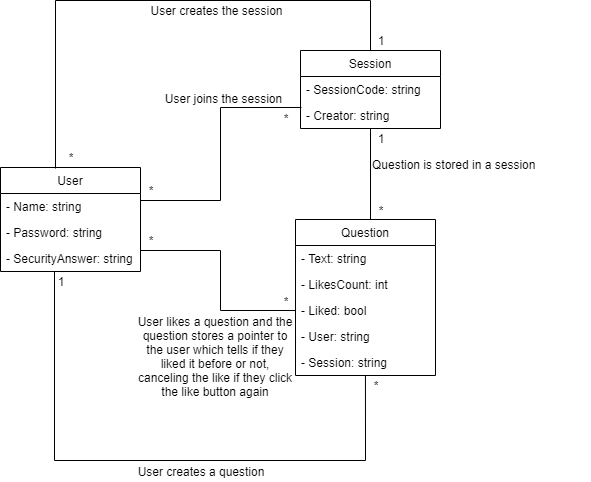
Above: requirements/Domain_model.png in softeng-feup/open-cx-sirconference (draw.io), before the change. Source tidied: cells renumbered, new cells last; positions are measured from the earlier drawing's top-left corner, leaving out a move shared by most shapes.
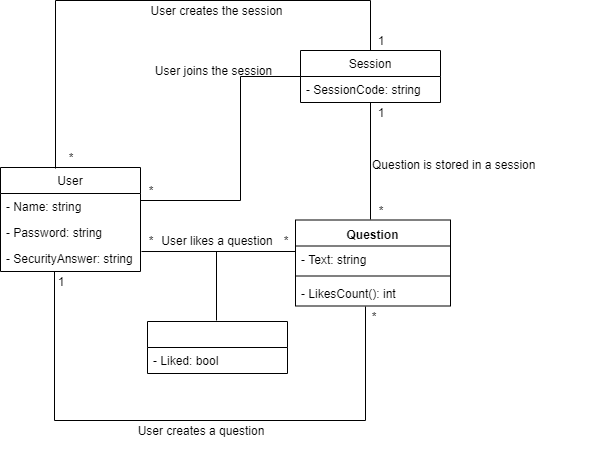
Later version of the same file.

Commit message:
Updated domain model and use case diagram

The edit, as a diff of the source:
```diff
@@ -2,9 +2,8 @@
   <root>
     <mxCell id="0" />
     <mxCell id="1" parent="0" />
-    <mxCell id="2" style="endArrow=none;html=1;spacing=2;" parent="1" edge="1">
+    <mxCell id="2" style="endArrow=none;html=1;spacing=2;exitX=0;exitY=0;exitDx=0;exitDy=0;" parent="1" edge="1" source="20">
       <mxGeometry relative="1" as="geometry">
-        <mxPoint x="370" y="128" as="sourcePoint" />
         <mxPoint x="370" y="219" as="targetPoint" />
       </mxGeometry>
     </mxCell>
@@ -21,89 +20,55 @@
       <mxGeometry y="78" width="140" height="26" as="geometry" />
     </mxCell>
     <mxCell id="7" value="Session" style="swimlane;fontStyle=0;horizontal=1;startSize=26;fillColor=none;" parent="1" vertex="1">
-      <mxGeometry x="300" y="50" width="140" height="78" as="geometry" />
+      <mxGeometry x="300" y="50" width="140" height="52" as="geometry" />
     </mxCell>
     <mxCell id="8" value="- SessionCode: string" style="text;strokeColor=none;fillColor=none;align=left;verticalAlign=top;spacingLeft=4;spacingRight=4;overflow=hidden;points=[[0,0.5],[1,0.5]];portConstraint=eastwest;" parent="7" vertex="1">
       <mxGeometry y="26" width="140" height="26" as="geometry" />
     </mxCell>
-    <mxCell id="9" value="- Creator: string" style="text;strokeColor=none;fillColor=none;align=left;verticalAlign=top;spacingLeft=4;spacingRight=4;overflow=hidden;" parent="7" vertex="1">
-      <mxGeometry y="52" width="140" height="26" as="geometry" />
-    </mxCell>
-    <mxCell id="10" value="Question" style="swimlane;fontStyle=0;horizontal=1;startSize=26;fillColor=none;" parent="1" vertex="1">
-      <mxGeometry x="295" y="219" width="140" height="156" as="geometry" />
-    </mxCell>
-    <mxCell id="11" value="- Text: string" style="text;strokeColor=none;fillColor=none;align=left;verticalAlign=top;spacingLeft=4;spacingRight=4;overflow=hidden;" parent="10" vertex="1">
-      <mxGeometry y="26" width="140" height="26" as="geometry" />
-    </mxCell>
-    <mxCell id="12" value="- LikesCount: int" style="text;strokeColor=none;fillColor=none;align=left;verticalAlign=top;spacingLeft=4;spacingRight=4;overflow=hidden;" parent="10" vertex="1">
-      <mxGeometry y="52" width="140" height="26" as="geometry" />
-    </mxCell>
-    <mxCell id="13" value="- Liked: bool" style="text;strokeColor=none;fillColor=none;align=left;verticalAlign=top;spacingLeft=4;spacingRight=4;overflow=hidden;points=[[0,0.5],[1,0.5]];portConstraint=eastwest;" parent="10" vertex="1">
-      <mxGeometry y="78" width="140" height="26" as="geometry" />
-    </mxCell>
-    <mxCell id="14" value="- User: string" style="text;strokeColor=none;fillColor=none;align=left;verticalAlign=top;spacingLeft=4;spacingRight=4;overflow=hidden;" parent="10" vertex="1">
-      <mxGeometry y="104" width="140" height="26" as="geometry" />
-    </mxCell>
-    <mxCell id="15" value="- Session: string" style="text;strokeColor=none;fillColor=none;align=left;verticalAlign=top;spacingLeft=4;spacingRight=4;overflow=hidden;" parent="10" vertex="1">
-      <mxGeometry y="130" width="140" height="26" as="geometry" />
-    </mxCell>
     <mxCell id="16" value="Question is stored in a session" style="text;html=1;strokeColor=none;fillColor=none;align=left;verticalAlign=middle;whiteSpace=wrap;rounded=0;" parent="1" vertex="1">
       <mxGeometry x="370" y="153.5" width="220" height="20" as="geometry" />
     </mxCell>
-    <mxCell id="17" style="endArrow=none;html=1;exitX=0.521;exitY=1.077;exitDx=0;exitDy=0;exitPerimeter=0;rounded=0;" parent="1" edge="1">
+    <mxCell id="17" style="endArrow=none;html=1;rounded=0;" parent="1" edge="1">
       <mxGeometry relative="1" as="geometry">
-        <mxPoint x="364.9" y="375" as="sourcePoint" />
+        <mxPoint x="365" y="306" as="sourcePoint" />
         <mxPoint x="54" y="271" as="targetPoint" />
         <Array as="points">
-          <mxPoint x="365" y="460" />
-          <mxPoint x="54" y="460" />
+          <mxPoint x="365" y="420" />
+          <mxPoint x="54" y="420" />
         </Array>
       </mxGeometry>
     </mxCell>
     <mxCell id="18" value="User creates a question" style="text;html=1;strokeColor=none;fillColor=none;align=center;verticalAlign=middle;whiteSpace=wrap;rounded=0;" parent="1" vertex="1">
-      <mxGeometry x="125" y="461" width="150" height="20" as="geometry" />
+      <mxGeometry x="125" y="420" width="150" height="20" as="geometry" />
     </mxCell>
     <mxCell id="19" value="*" style="text;html=1;strokeColor=none;fillColor=none;align=center;verticalAlign=middle;whiteSpace=wrap;rounded=0;" parent="1" vertex="1">
       <mxGeometry x="370" y="199.5" width="20" height="20" as="geometry" />
     </mxCell>
     <mxCell id="20" value="1" style="text;html=1;strokeColor=none;fillColor=none;align=center;verticalAlign=middle;whiteSpace=wrap;rounded=0;" parent="1" vertex="1">
-      <mxGeometry x="370" y="128" width="20" height="20" as="geometry" />
+      <mxGeometry x="370" y="102" width="20" height="20" as="geometry" />
     </mxCell>
     <mxCell id="21" value="1" style="text;html=1;strokeColor=none;fillColor=none;align=center;verticalAlign=middle;whiteSpace=wrap;rounded=0;" parent="1" vertex="1">
       <mxGeometry x="50" y="271" width="20" height="20" as="geometry" />
     </mxCell>
     <mxCell id="22" value="*" style="text;html=1;strokeColor=none;fillColor=none;align=center;verticalAlign=middle;whiteSpace=wrap;rounded=0;" parent="1" vertex="1">
-      <mxGeometry x="365" y="375" width="20" height="20" as="geometry" />
+      <mxGeometry x="362.5" y="305.5" width="20" height="20" as="geometry" />
     </mxCell>
-    <mxCell id="23" style="endArrow=none;html=1;entryX=0;entryY=0.5;entryDx=0;entryDy=0;rounded=0;" parent="1" edge="1" target="13">
-      <mxGeometry relative="1" as="geometry">
-        <mxPoint x="140" y="250" as="sourcePoint" />
-        <Array as="points">
-          <mxPoint x="220" y="250" />
-          <mxPoint x="220" y="310" />
-        </Array>
-      </mxGeometry>
-    </mxCell>
     <mxCell id="24" value="*" style="text;html=1;strokeColor=none;fillColor=none;align=center;verticalAlign=middle;whiteSpace=wrap;rounded=0;" parent="1" vertex="1">
       <mxGeometry x="140" y="230" width="20" height="20" as="geometry" />
     </mxCell>
     <mxCell id="25" value="*" style="text;html=1;strokeColor=none;fillColor=none;align=center;verticalAlign=middle;whiteSpace=wrap;rounded=0;" parent="1" vertex="1">
-      <mxGeometry x="275" y="291" width="20" height="20" as="geometry" />
+      <mxGeometry x="275" y="230" width="20" height="20" as="geometry" />
     </mxCell>
-    <mxCell id="26" value="User likes a question and the question stores a pointer to the user which tells if they liked it before or not, canceling the like if they click the like button again" style="text;html=1;strokeColor=none;fillColor=none;align=center;verticalAlign=middle;whiteSpace=wrap;rounded=0;" parent="1" vertex="1">
-      <mxGeometry x="135" y="316" width="160" height="79" as="geometry" />
-    </mxCell>
-    <mxCell id="27" style="endArrow=none;html=1;entryX=0.007;entryY=1.192;entryDx=0;entryDy=0;entryPerimeter=0;rounded=0;" parent="1" edge="1" target="8">
+    <mxCell id="27" style="endArrow=none;html=1;entryX=0;entryY=0.5;entryDx=0;entryDy=0;rounded=0;exitX=0;exitY=1;exitDx=0;exitDy=0;" parent="1" edge="1" source="33" target="7">
       <mxGeometry relative="1" as="geometry">
-        <mxPoint x="140" y="200" as="sourcePoint" />
         <Array as="points">
-          <mxPoint x="220" y="200" />
-          <mxPoint x="220" y="107" />
+          <mxPoint x="240" y="200" />
+          <mxPoint x="240" y="76" />
         </Array>
       </mxGeometry>
     </mxCell>
     <mxCell id="28" value="User joins the session" style="text;html=1;strokeColor=none;fillColor=none;align=center;verticalAlign=middle;whiteSpace=wrap;rounded=0;" parent="1" vertex="1">
-      <mxGeometry x="150" y="88" width="145" height="20" as="geometry" />
+      <mxGeometry x="140" y="60" width="145" height="20" as="geometry" />
     </mxCell>
     <mxCell id="29" style="endArrow=none;html=1;entryX=0.5;entryY=0;entryDx=0;entryDy=0;rounded=0;" parent="1" edge="1" target="7">
       <mxGeometry relative="1" as="geometry">
@@ -126,8 +91,40 @@
     <mxCell id="33" value="*" style="text;html=1;strokeColor=none;fillColor=none;align=center;verticalAlign=middle;whiteSpace=wrap;rounded=0;" parent="1" vertex="1">
       <mxGeometry x="140" y="180" width="20" height="20" as="geometry" />
     </mxCell>
-    <mxCell id="34" value="*" style="text;html=1;strokeColor=none;fillColor=none;align=center;verticalAlign=middle;whiteSpace=wrap;rounded=0;" parent="1" vertex="1">
-      <mxGeometry x="275" y="108" width="20" height="20" as="geometry" />
-    </mxCell>
+    <mxCell id="35" style="endArrow=none;html=1;exitX=1.007;exitY=0.231;exitDx=0;exitDy=0;exitPerimeter=0;" parent="1" edge="1" source="6">
+      <mxGeometry relative="1" as="geometry">
+        <mxPoint x="295" y="251" as="targetPoint" />
+      </mxGeometry>
+    </mxCell>
+    <mxCell id="36" style="endArrow=none;html=1;" parent="1" edge="1">
+      <mxGeometry relative="1" as="geometry">
+        <mxPoint x="216" y="320" as="sourcePoint" />
+        <mxPoint x="216" y="251" as="targetPoint" />
+      </mxGeometry>
+    </mxCell>
+    <mxCell id="37" style="swimlane;fontStyle=0;horizontal=1;startSize=26;fillColor=none;" parent="1" vertex="1">
+      <mxGeometry x="147" y="321" width="140" height="52" as="geometry" />
+    </mxCell>
+    <mxCell id="13" value="- Liked: bool" style="text;strokeColor=none;fillColor=none;align=left;verticalAlign=top;spacingLeft=4;spacingRight=4;overflow=hidden;points=[[0,0.5],[1,0.5]];portConstraint=eastwest;" parent="37" vertex="1">
+      <mxGeometry y="26" width="140" height="26" as="geometry" />
+    </mxCell>
+    <mxCell id="38" style="edgeStyle=orthogonalEdgeStyle;rounded=0;orthogonalLoop=1;jettySize=auto;html=1;exitX=0.5;exitY=1;exitDx=0;exitDy=0;" parent="1" edge="1" source="18" target="18">
+      <mxGeometry relative="1" as="geometry" />
+    </mxCell>
+    <mxCell id="39" value="User likes a question" style="text;html=1;strokeColor=none;fillColor=none;align=center;verticalAlign=middle;whiteSpace=wrap;rounded=0;" parent="1" vertex="1">
+      <mxGeometry x="142" y="230" width="150" height="20" as="geometry" />
+    </mxCell>
+    <mxCell id="10" value="Question" style="swimlane;fontStyle=1;align=center;verticalAlign=top;horizontal=1;startSize=26;" parent="1" vertex="1">
+      <mxGeometry x="295" y="219.5" width="155" height="86" as="geometry" />
+    </mxCell>
+    <mxCell id="11" value="- Text: string" style="text;strokeColor=none;fillColor=none;align=left;verticalAlign=top;spacingLeft=4;spacingRight=4;overflow=hidden;" parent="10" vertex="1">
+      <mxGeometry y="26" width="155" height="26" as="geometry" />
+    </mxCell>
+    <mxCell id="40" style="line;strokeWidth=1;fillColor=none;align=left;verticalAlign=middle;spacingTop=-1;spacingLeft=3;spacingRight=3;labelPosition=right;" parent="10" vertex="1">
+      <mxGeometry y="52" width="155" height="8" as="geometry" />
+    </mxCell>
+    <mxCell id="41" value="- LikesCount(): int" style="text;strokeColor=none;fillColor=none;align=left;verticalAlign=top;spacingLeft=4;spacingRight=4;overflow=hidden;" parent="10" vertex="1">
+      <mxGeometry y="60" width="155" height="26" as="geometry" />
+    </mxCell>
   </root>
 </mxGraphModel>
```
